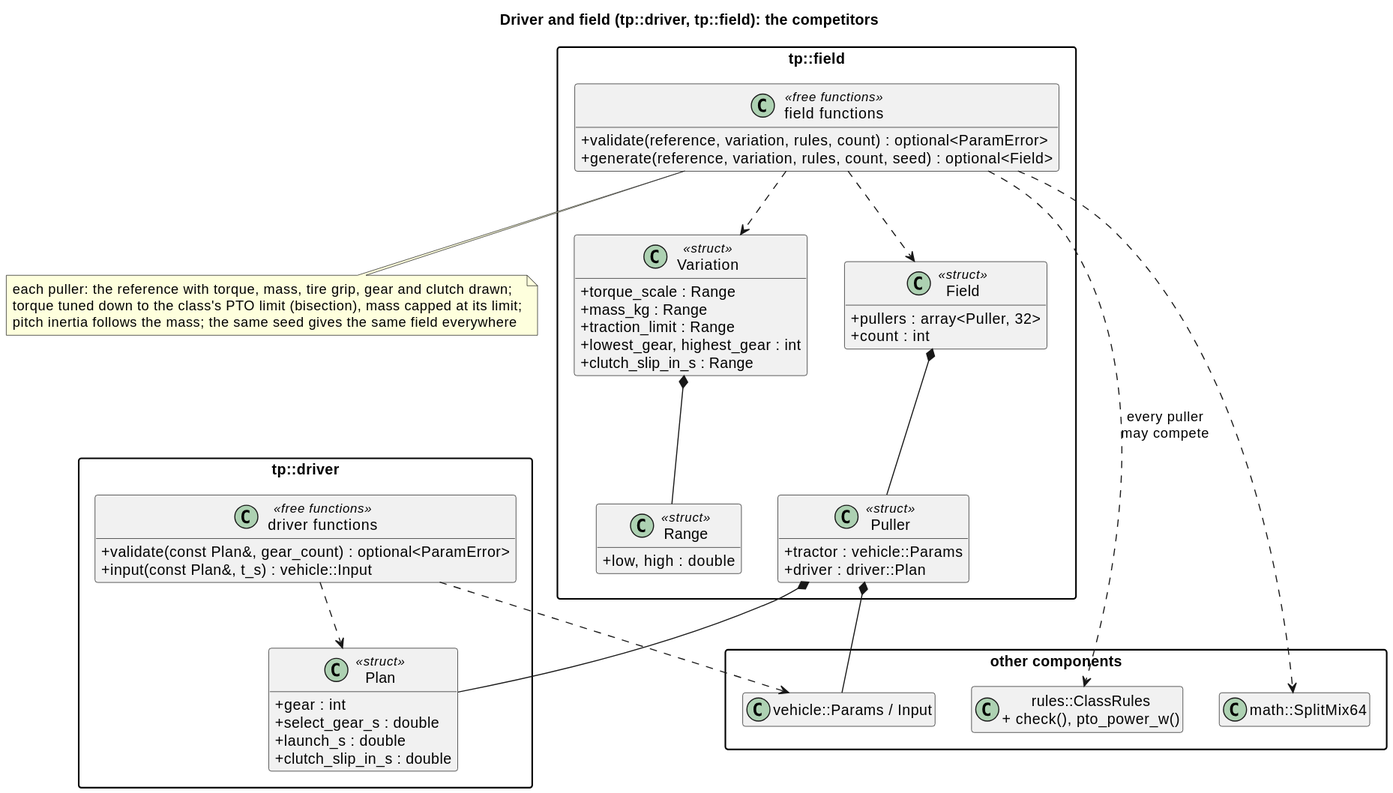
Before: docs/diagrams/svg/field_classes.svg, a diagram exported from PlantUML (wversteeg/TractorPulling).
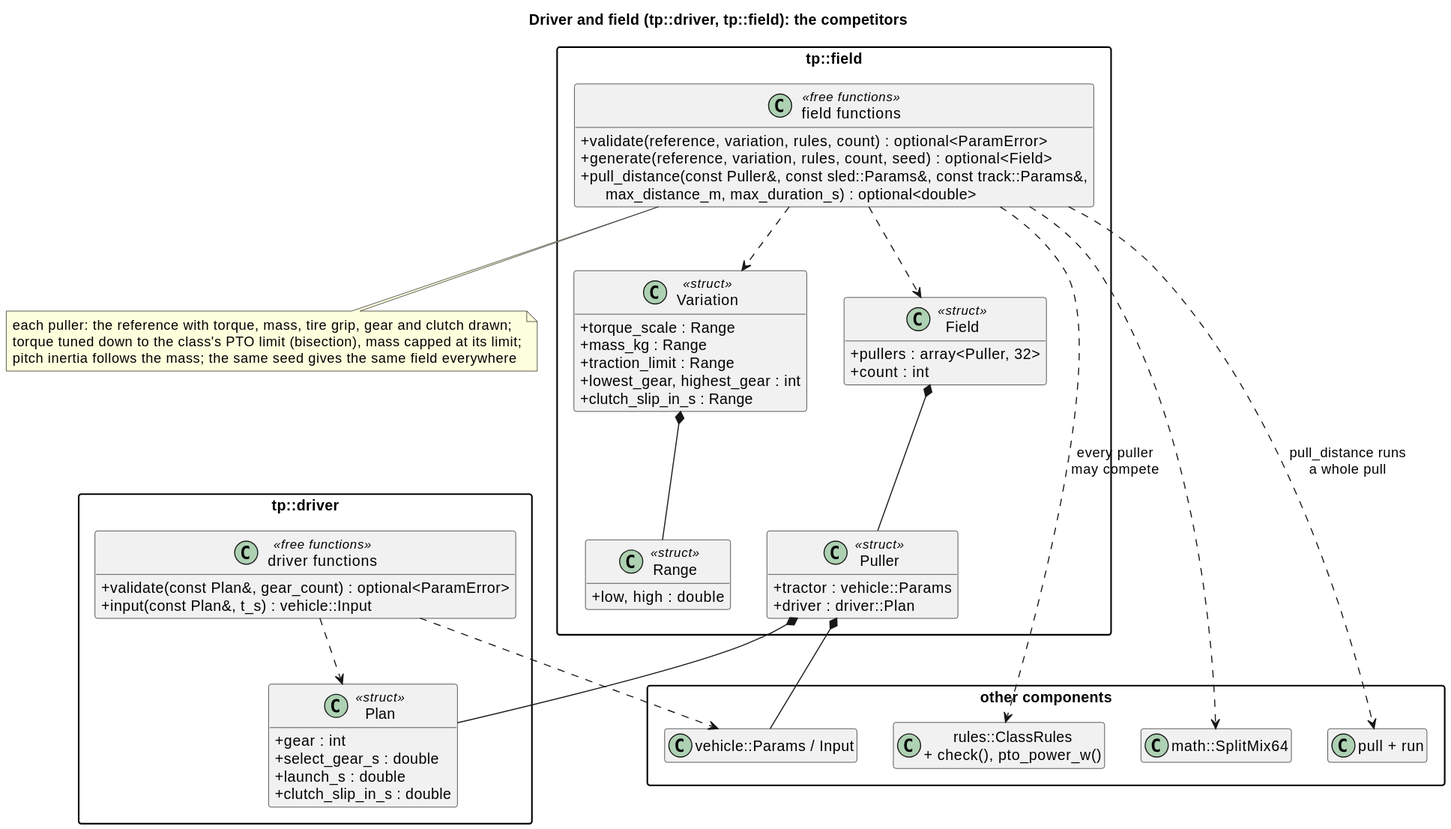
After the change.

Change to the diagram source:
```diff
@@ -8,6 +8,7 @@
   class "vehicle::Params / Input" as Vehicle
   class "rules::ClassRules\n+ check(), pto_power_w()" as Rules
   class "math::SplitMix64" as Random
+  class "pull + run" as Run
 }
 
 package "tp::driver" {
@@ -46,6 +47,7 @@
   class "field functions" as FieldFns <<free functions>> {
     +validate(reference, variation, rules, count) : optional<ParamError>
     +generate(reference, variation, rules, count, seed) : optional<Field>
+    +pull_distance(const Puller&, const sled::Params&, const track::Params&,\n      max_distance_m, max_duration_s) : optional<double>
   }
   Puller *-- Plan
   Variation *-- Range
@@ -57,6 +59,7 @@
 DriverFns ..> Vehicle
 FieldFns ..> Rules : every puller\nmay compete
 FieldFns ..> Random
+FieldFns ..> Run : pull_distance runs\na whole pull
 note bottom of FieldFns
   each puller: the reference with torque, mass, tire grip, gear and clutch drawn;
   torque tuned down to the class's PTO limit (bisection), mass capped at its limit;
```
